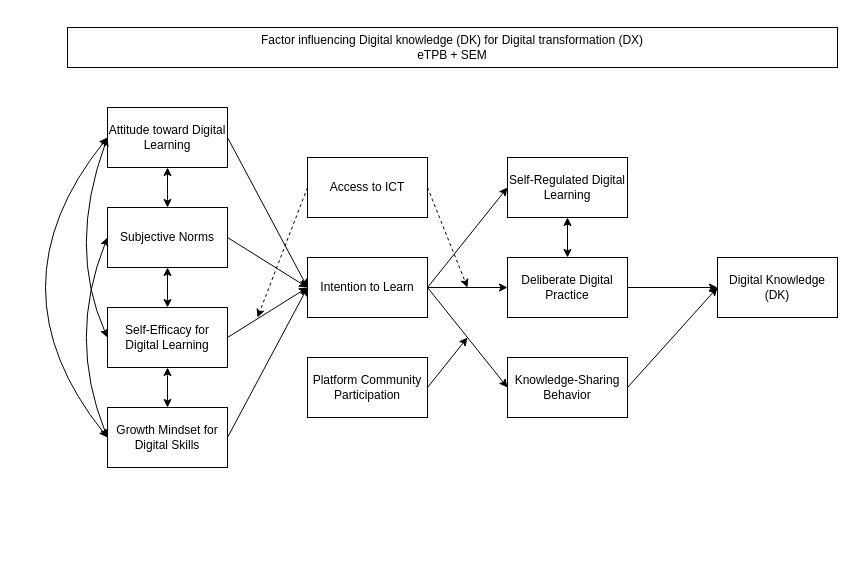
The draw.io diagram r1-model.drawio in hnks-gh/draw.io, before the edit. Source tidied: cells renumbered, new cells numbered last; positions are measured from the earlier drawing's top-left corner, leaving out a move shared by most shapes. Both pictures are drawn from the tidied source at 100%, with x=0, y=0 at pixel (-13, 27).
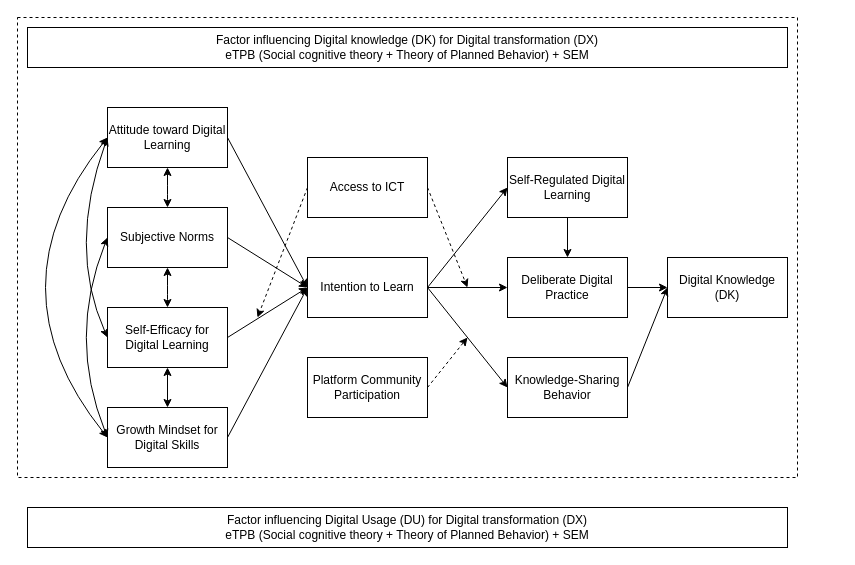
After the change.

Unchanged cells that the change refers to:
```xml
<mxCell id="8" value="Self-Efficacy for Digital Learning" style="rounded=0;whiteSpace=wrap;html=1;" parent="1" vertex="1">
  <mxGeometry x="120" y="280" width="120" height="60" as="geometry" />
</mxCell>
<mxCell id="10" value="Growth Mindset for Digital Skills" style="rounded=0;whiteSpace=wrap;html=1;" parent="1" vertex="1">
  <mxGeometry x="120" y="380" width="120" height="60" as="geometry" />
</mxCell>
<mxCell id="20" value="Platform Community Participation" style="rounded=0;whiteSpace=wrap;html=1;" parent="1" vertex="1">
  <mxGeometry x="320" y="330" width="120" height="60" as="geometry" />
</mxCell>
<mxCell id="21" value="Self-Regulated Digital Learning" style="rounded=0;whiteSpace=wrap;html=1;" parent="1" vertex="1">
  <mxGeometry x="520" y="130" width="120" height="60" as="geometry" />
</mxCell>
<mxCell id="23" value="Deliberate Digital Practice" style="rounded=0;whiteSpace=wrap;html=1;" parent="1" vertex="1">
  <mxGeometry x="520" y="230" width="120" height="60" as="geometry" />
</mxCell>
```

The edit, as a diff of the source:
```diff
@@
+    <mxCell id="33" style="rounded=0;whiteSpace=wrap;html=1;fillColor=none;dashed=1;" parent="1" vertex="1">
+      <mxGeometry x="30" y="-10" width="780" height="460" as="geometry" />
+    </mxCell>
-    <mxCell id="2" value="Factor influencing Digital knowledge (DK) for Digital transformation (DX)&lt;div&gt;eTPB + SEM&lt;/div&gt;" style="rounded=0;whiteSpace=wrap;html=1;" parent="1" vertex="1">
-      <mxGeometry x="80" width="770" height="40" as="geometry" />
+    <mxCell id="2" value="Factor influencing Digital knowledge (DK) for Digital transformation (DX)&lt;div&gt;eTPB (Social cognitive theory + Theory of Planned Behavior) + SEM&lt;/div&gt;" style="rounded=0;whiteSpace=wrap;html=1;" parent="1" vertex="1">
+      <mxGeometry x="40" width="760" height="40" as="geometry" />
     </mxCell>
@@
     <mxCell id="11" value="Digital Knowledge (DK)" style="rounded=0;whiteSpace=wrap;html=1;" parent="1" vertex="1">
-      <mxGeometry x="730" y="230" width="120" height="60" as="geometry" />
+      <mxGeometry x="680" y="230" width="120" height="60" as="geometry" />
     </mxCell>
@@
-    <mxCell id="19" style="edgeStyle=none;rounded=0;jettySize=auto;html=1;exitX=1;exitY=0.5;exitDx=0;exitDy=0;" parent="1" edge="1" source="20">
+    <mxCell id="19" style="edgeStyle=none;rounded=0;jettySize=auto;html=1;exitX=1;exitY=0.5;exitDx=0;exitDy=0;dashed=1;" parent="1" edge="1" source="20">
       <mxGeometry relative="1" as="geometry">
         <mxPoint x="480" y="310" as="targetPoint" />
       </mxGeometry>
     </mxCell>
@@
+    <mxCell id="34" style="edgeStyle=none;rounded=0;jettySize=auto;html=1;exitX=0.5;exitY=1;exitDx=0;exitDy=0;entryX=0.5;entryY=0;entryDx=0;entryDy=0;" parent="1" edge="1" source="21" target="23">
+      <mxGeometry relative="1" as="geometry" />
+    </mxCell>
@@
-    <mxCell id="28" style="endArrow=classic;startArrow=classic;html=1;rounded=0;curved=1;entryX=0.5;entryY=0;entryDx=0;entryDy=0;exitX=0.5;exitY=1;exitDx=0;exitDy=0;" parent="1" edge="1" source="8" target="10">
-      <mxGeometry relative="1" as="geometry" />
-    </mxCell>
@@
-    <mxCell id="32" style="endArrow=classic;startArrow=classic;html=1;rounded=0;entryX=0.5;entryY=1;entryDx=0;entryDy=0;exitX=0.5;exitY=0;exitDx=0;exitDy=0;" parent="1" edge="1" source="23" target="21">
-      <mxGeometry relative="1" as="geometry" />
-    </mxCell>
+    <mxCell id="35" value="Factor influencing Digital Usage (DU) for Digital transformation (DX)&lt;div&gt;eTPB (Social cognitive theory + Theory of Planned Behavior) + SEM&lt;/div&gt;" style="rounded=0;whiteSpace=wrap;html=1;" parent="1" vertex="1">
+      <mxGeometry x="40" y="480" width="760" height="40" as="geometry" />
+    </mxCell>
+    <mxCell id="36" style="endArrow=classic;startArrow=classic;html=1;rounded=0;entryX=0.5;entryY=1;entryDx=0;entryDy=0;exitX=0.5;exitY=0;exitDx=0;exitDy=0;" parent="1" edge="1" source="10" target="8">
+      <mxGeometry relative="1" as="geometry" />
+    </mxCell>
```
